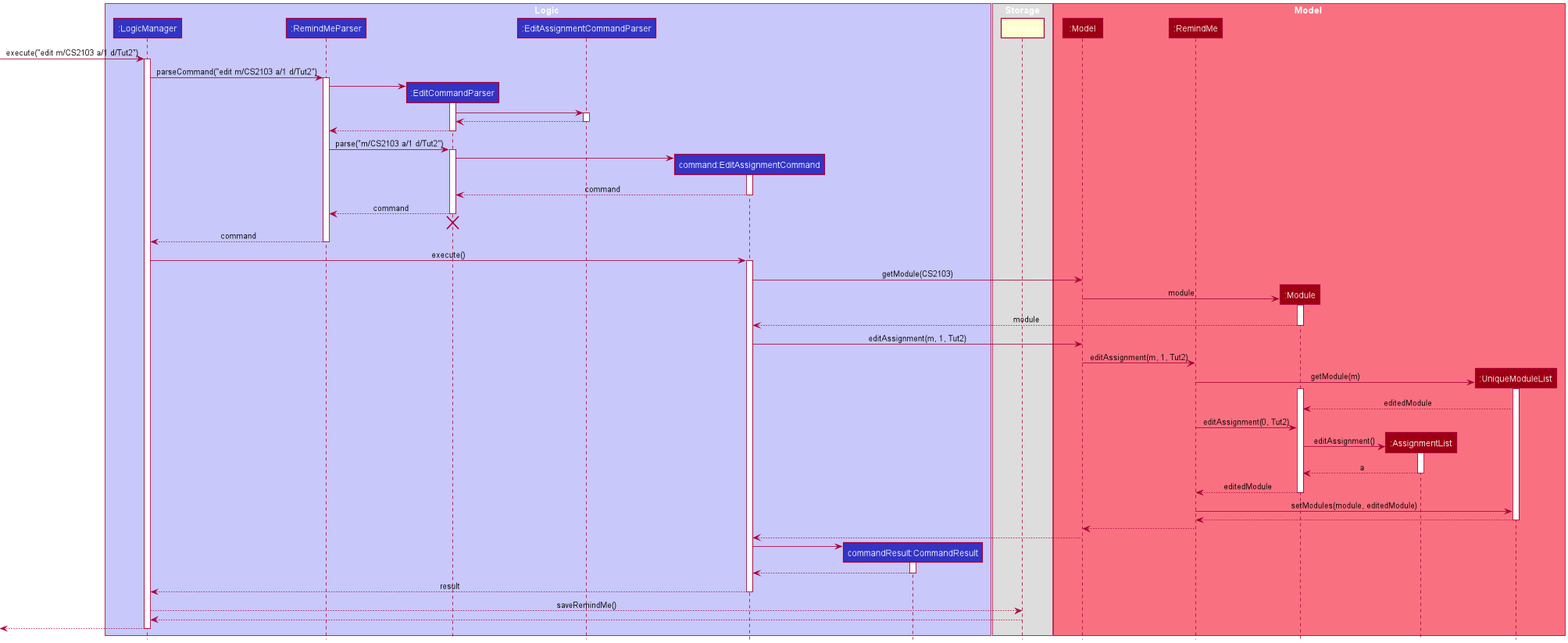
nus-cs2103-AY2021S2/tp keeps this PlantUML diagram as docs/images/EditFeatureSequenceDiagram.png. Above is the earlier version. Its diagram source:
```plantuml
@startuml
!include style.puml

box Logic LOGIC_COLOR_T1
participant ":LogicManager" as LogicManager LOGIC_COLOR
participant ":RemindMeParser" as RemindMeParser LOGIC_COLOR
participant ":EditCommandParser" as EditCommandParser LOGIC_COLOR
participant ":EditAssignmentCommandParser" as EditAssignmentCommandParser LOGIC_COLOR
participant "command:EditAssignmentCommand" as EditAssignmentCommand LOGIC_COLOR
participant "commandResult:CommandResult" as CommandResult LOGIC_COLOR
end box

box Storage
participant ":Storage" as Storage
end box

box Model MODEL_COLOR_T1
participant ":Model" as Model MODEL_COLOR
participant ":RemindMe" as RemindMe MODEL_COLOR
participant ":Module" as Module MODEL_COLOR
participant ":AssignmentList" as AssignmentList MODEL_COLOR
participant ":UniqueModuleList" as UniqueModuleList MODEL_COLOR
end box

[-> LogicManager : execute("edit m/CS2103 a/1 d/Tut2")
activate LogicManager

LogicManager -> RemindMeParser : parseCommand("edit m/CS2103 a/1 d/Tut2")
activate RemindMeParser

create EditCommandParser
RemindMeParser -> EditCommandParser
activate EditCommandParser

EditCommandParser -> EditAssignmentCommandParser
activate EditAssignmentCommandParser
EditAssignmentCommandParser --> EditCommandParser
deactivate EditAssignmentCommandParser
EditCommandParser --> RemindMeParser
deactivate EditCommandParser

RemindMeParser -> EditCommandParser : parse("m/CS2103 a/1 d/Tut2")
activate EditCommandParser

create EditAssignmentCommand
EditCommandParser -> EditAssignmentCommand
activate EditAssignmentCommand

EditAssignmentCommand --> EditCommandParser : command
deactivate EditAssignmentCommand

EditCommandParser --> RemindMeParser : command
deactivate EditCommandParser
EditCommandParser -[hidden]-> RemindMeParser
destroy EditCommandParser

RemindMeParser --> LogicManager : command
deactivate RemindMeParser

LogicManager -> EditAssignmentCommand : execute()
activate EditAssignmentCommand

EditAssignmentCommand -> Model : getModule(CS2103)
Model -> Module ** : module

activate Module
Module --> EditAssignmentCommand : module
deactivate Module


EditAssignmentCommand -> Model : editAssignment(m, 1, Tut2)
Model -> RemindMe : editAssignment(m, 1, Tut2)

RemindMe -> UniqueModuleList **: getModule(m)
activate UniqueModuleList
activate Module
UniqueModuleList --> Module : editedModule
RemindMe -> Module : editAssignment(0, Tut2)

Module -> AssignmentList ** : editAssignment()
activate AssignmentList
AssignmentList --> Module : a
deactivate AssignmentList

Module --> RemindMe : editedModule
deactivate Module


RemindMe -> UniqueModuleList : setModules(module, editedModule)
UniqueModuleList --> RemindMe
deactivate UniqueModuleList
RemindMe --> Model
Model --> EditAssignmentCommand



create CommandResult
EditAssignmentCommand -> CommandResult
activate CommandResult

CommandResult --> EditAssignmentCommand
deactivate CommandResult

EditAssignmentCommand --> LogicManager : result
deactivate EditAssignmentCommand


LogicManager --> Storage : saveRemindMe()
Storage --> LogicManager

[<--LogicManager
deactivate LogicManager
@enduml
```
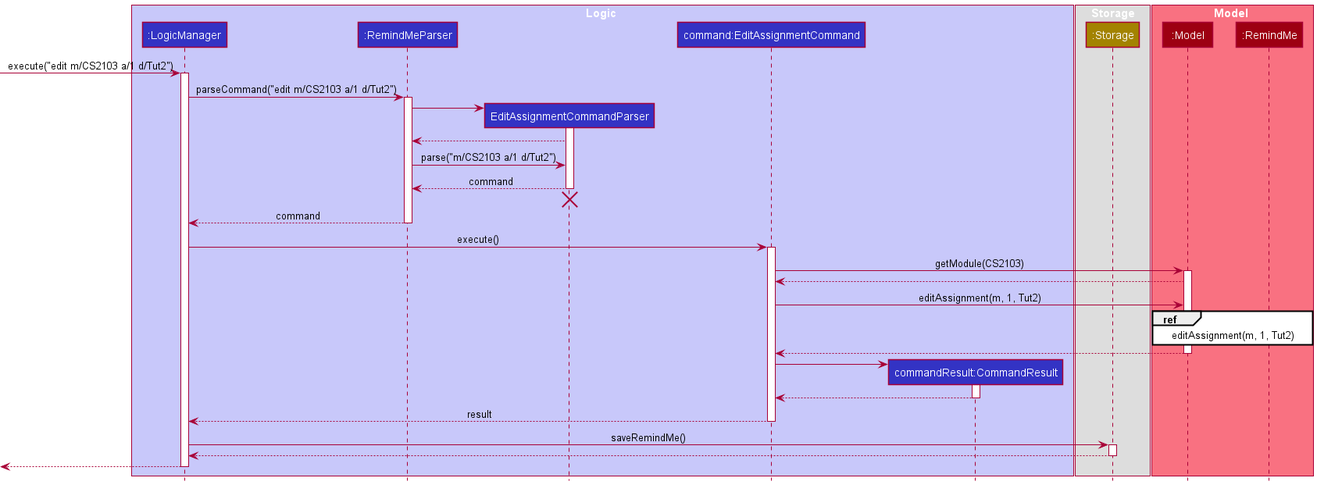
After the commit.

Commit message:
Update EditFeature explanation and diagrams in DG

The edit, as a diff of the source:
```diff
@@ -4,22 +4,20 @@
 box Logic LOGIC_COLOR_T1
 participant ":LogicManager" as LogicManager LOGIC_COLOR
 participant ":RemindMeParser" as RemindMeParser LOGIC_COLOR
-participant ":EditCommandParser" as EditCommandParser LOGIC_COLOR
-participant ":EditAssignmentCommandParser" as EditAssignmentCommandParser LOGIC_COLOR
+participant EditAssignmentCommandParser as EditAssignmentCommandParser LOGIC_COLOR
 participant "command:EditAssignmentCommand" as EditAssignmentCommand LOGIC_COLOR
 participant "commandResult:CommandResult" as CommandResult LOGIC_COLOR
 end box
 
 box Storage
-participant ":Storage" as Storage
+participant ":Storage" as Storage STORAGE_COLOR
 end box
 
 box Model MODEL_COLOR_T1
 participant ":Model" as Model MODEL_COLOR
 participant ":RemindMe" as RemindMe MODEL_COLOR
-participant ":Module" as Module MODEL_COLOR
-participant ":AssignmentList" as AssignmentList MODEL_COLOR
-participant ":UniqueModuleList" as UniqueModuleList MODEL_COLOR
+
+
 end box
 
 [-> LogicManager : execute("edit m/CS2103 a/1 d/Tut2")
@@ -28,31 +26,16 @@
 LogicManager -> RemindMeParser : parseCommand("edit m/CS2103 a/1 d/Tut2")
 activate RemindMeParser
 
-create EditCommandParser
-RemindMeParser -> EditCommandParser
-activate EditCommandParser
+create EditAssignmentCommandParser
+RemindMeParser -> EditAssignmentCommandParser
+activate EditAssignmentCommandParser
+EditAssignmentCommandParser --> RemindMeParser
+RemindMeParser -> EditAssignmentCommandParser : parse("m/CS2103 a/1 d/Tut2")
+EditAssignmentCommandParser --> RemindMeParser : command
+deactivate EditAssignmentCommandParser
 
-EditCommandParser -> EditAssignmentCommandParser
-activate EditAssignmentCommandParser
-EditAssignmentCommandParser --> EditCommandParser
-deactivate EditAssignmentCommandParser
-EditCommandParser --> RemindMeParser
-deactivate EditCommandParser
-
-RemindMeParser -> EditCommandParser : parse("m/CS2103 a/1 d/Tut2")
-activate EditCommandParser
-
-create EditAssignmentCommand
-EditCommandParser -> EditAssignmentCommand
-activate EditAssignmentCommand
-
-EditAssignmentCommand --> EditCommandParser : command
-deactivate EditAssignmentCommand
-
-EditCommandParser --> RemindMeParser : command
-deactivate EditCommandParser
-EditCommandParser -[hidden]-> RemindMeParser
-destroy EditCommandParser
+EditAssignmentCommandParser -[hidden]-> RemindMeParser
+destroy EditAssignmentCommandParser
 
 RemindMeParser --> LogicManager : command
 deactivate RemindMeParser
@@ -61,37 +44,12 @@
 activate EditAssignmentCommand
 
 EditAssignmentCommand -> Model : getModule(CS2103)
-Model -> Module ** : module
-
-activate Module
-Module --> EditAssignmentCommand : module
-deactivate Module
-
-
+activate Model
+Model --> EditAssignmentCommand
 EditAssignmentCommand -> Model : editAssignment(m, 1, Tut2)
-Model -> RemindMe : editAssignment(m, 1, Tut2)
-
-RemindMe -> UniqueModuleList **: getModule(m)
-activate UniqueModuleList
-activate Module
-UniqueModuleList --> Module : editedModule
-RemindMe -> Module : editAssignment(0, Tut2)
-
-Module -> AssignmentList ** : editAssignment()
-activate AssignmentList
-AssignmentList --> Module : a
-deactivate AssignmentList
-
-Module --> RemindMe : editedModule
-deactivate Module
-
-
-RemindMe -> UniqueModuleList : setModules(module, editedModule)
-UniqueModuleList --> RemindMe
-deactivate UniqueModuleList
-RemindMe --> Model
+ref over Model, RemindMe : editAssignment(m, 1, Tut2)
 Model --> EditAssignmentCommand
-
+deactivate Model
 
 
 create CommandResult
@@ -105,8 +63,10 @@
 deactivate EditAssignmentCommand
 
 
-LogicManager --> Storage : saveRemindMe()
+LogicManager -> Storage : saveRemindMe()
+activate Storage
 Storage --> LogicManager
+deactivate Storage
 
 [<--LogicManager
 deactivate LogicManager
```
